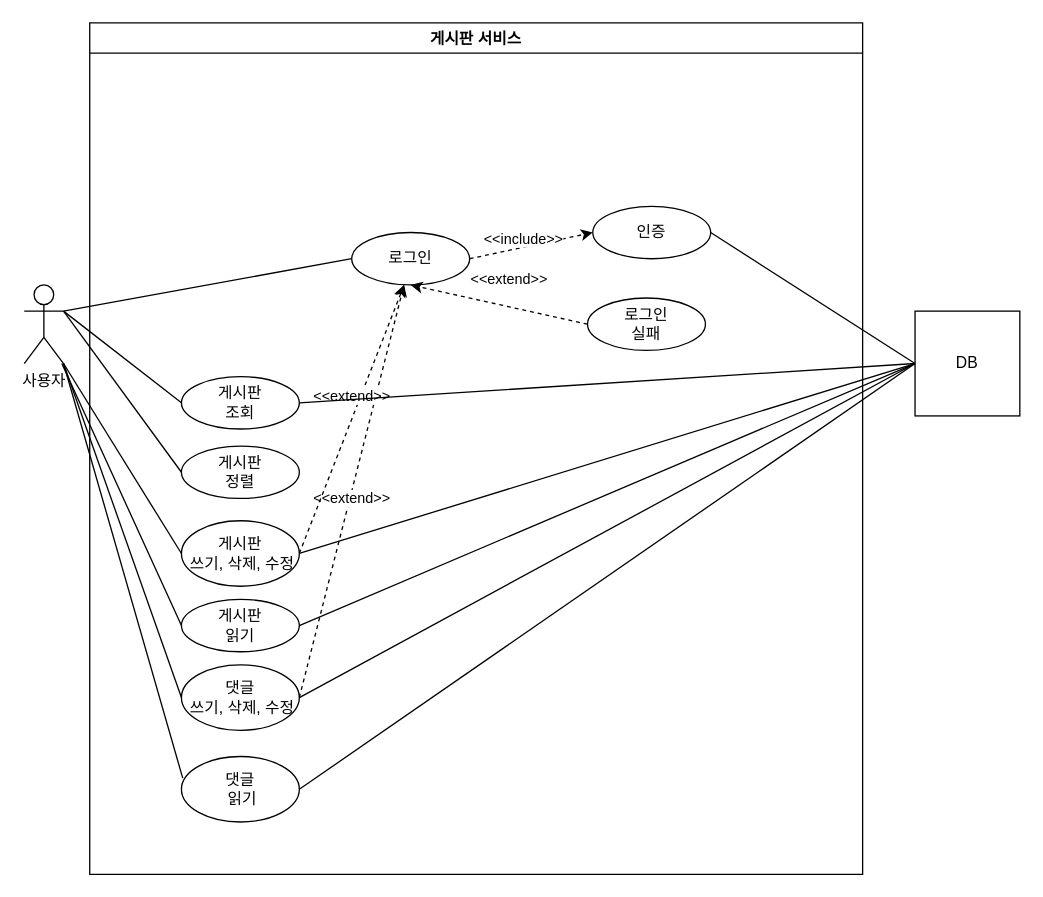
Earlier version of the draw.io diagram document/제목 없는 다이어그램.drawio (kangdaelyeol/fc-project). Source tidied: cells renumbered, new cells numbered last; positions are measured from the earlier drawing's top-left corner, leaving out a move shared by most shapes. Both pictures are drawn from the tidied source at 131%, with x=0, y=0 at pixel (24, 22).
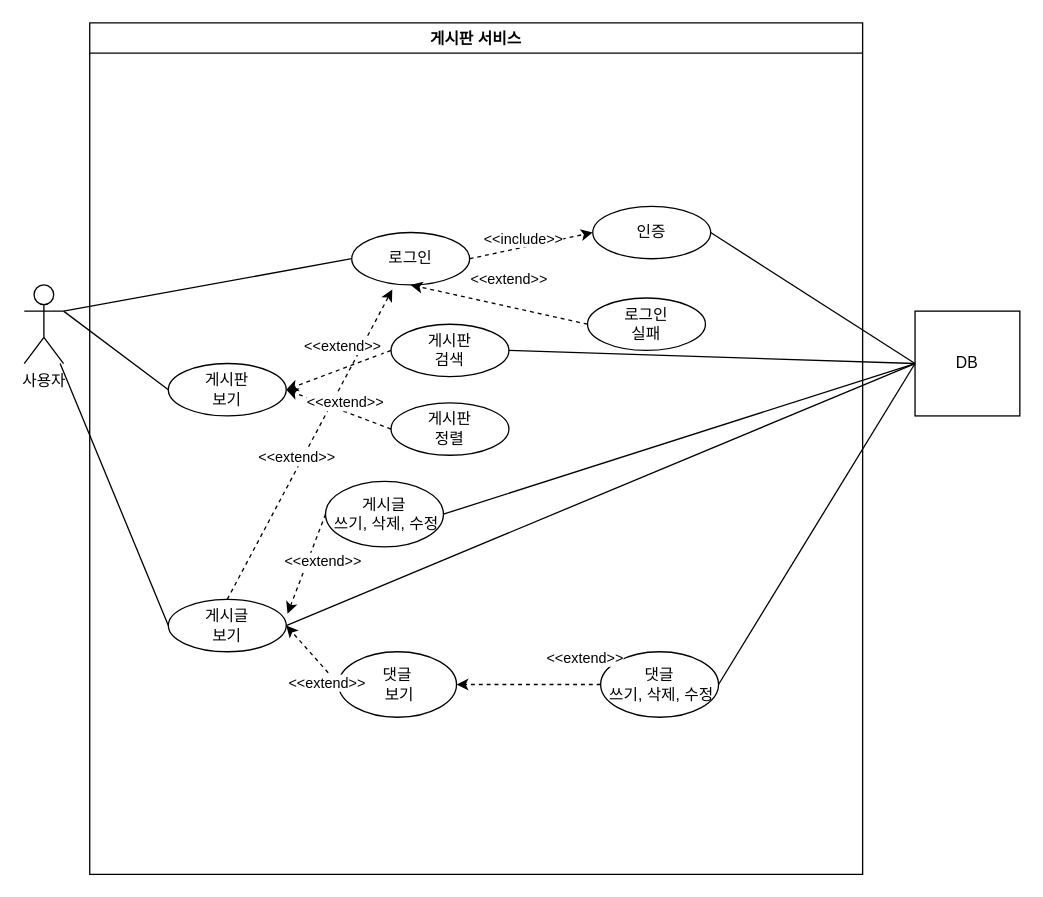
After the change.

Commit message:
#4 - 게시판 서비스 유즈케이스 수정

The change refers to these unchanged cells:
```xml
<mxCell id="2" value="사용자" style="shape=umlActor;verticalLabelPosition=bottom;verticalAlign=top;html=1;outlineConnect=0;" parent="1" vertex="1">
  <mxGeometry y="200" width="30" height="60" as="geometry" />
</mxCell>
<mxCell id="3" value="게시판 서비스" style="swimlane;" parent="1" vertex="1">
  <mxGeometry x="50" width="590" height="650" as="geometry" />
</mxCell>
<mxCell id="4" value="로그인" style="ellipse;whiteSpace=wrap;html=1;" parent="3" vertex="1">
  <mxGeometry x="200" y="160" width="90" height="40" as="geometry" />
</mxCell>
<mxCell id="21" value="DB" style="whiteSpace=wrap;html=1;fillColor=default;" parent="1" vertex="1">
  <mxGeometry x="680" y="220" width="80" height="80" as="geometry" />
</mxCell>
```

The edit, as a diff of the source:
```diff
@@
-    <mxCell id="7" value="게시판&lt;br&gt;조회" style="ellipse;whiteSpace=wrap;html=1;" parent="3" vertex="1">
-      <mxGeometry x="70" y="270" width="90" height="40" as="geometry" />
+    <mxCell id="7" value="게시판&lt;br&gt;검색" style="ellipse;whiteSpace=wrap;html=1;" parent="3" vertex="1">
+      <mxGeometry x="230" y="230" width="90" height="40" as="geometry" />
     </mxCell>
-    <mxCell id="8" value="게시판&lt;br&gt;정렬" style="ellipse;whiteSpace=wrap;html=1;" parent="3" vertex="1">
-      <mxGeometry x="70" y="323" width="90" height="40" as="geometry" />
+    <mxCell id="8" value="게시판&lt;br&gt;보기" style="ellipse;whiteSpace=wrap;html=1;" parent="3" vertex="1">
+      <mxGeometry x="60" y="260" width="90" height="40" as="geometry" />
     </mxCell>
-    <mxCell id="9" value="게시판&lt;br&gt;&amp;nbsp;쓰기, 삭제, 수정" style="ellipse;whiteSpace=wrap;html=1;" parent="3" vertex="1">
-      <mxGeometry x="70" y="380" width="90" height="50" as="geometry" />
+    <mxCell id="9" value="게시글&lt;br&gt;&amp;nbsp;쓰기, 삭제, 수정" style="ellipse;whiteSpace=wrap;html=1;" parent="3" vertex="1">
+      <mxGeometry x="180" y="350" width="90" height="50" as="geometry" />
     </mxCell>
-    <mxCell id="10" value="게시판&lt;br&gt;읽기" style="ellipse;whiteSpace=wrap;html=1;" parent="3" vertex="1">
-      <mxGeometry x="70" y="440" width="90" height="40" as="geometry" />
+    <mxCell id="10" value="게시글&lt;br&gt;보기" style="ellipse;whiteSpace=wrap;html=1;" parent="3" vertex="1">
+      <mxGeometry x="60" y="440" width="90" height="40" as="geometry" />
     </mxCell>
     <mxCell id="11" value="댓글&lt;br&gt;&amp;nbsp;쓰기, 삭제, 수정" style="ellipse;whiteSpace=wrap;html=1;" parent="3" vertex="1">
-      <mxGeometry x="70" y="490" width="90" height="50" as="geometry" />
+      <mxGeometry x="390" y="480" width="90" height="50" as="geometry" />
     </mxCell>
@@
-    <mxCell id="16" value="댓글&lt;br&gt;&amp;nbsp;읽기" style="ellipse;whiteSpace=wrap;html=1;" parent="3" vertex="1">
-      <mxGeometry x="70" y="560" width="90" height="50" as="geometry" />
+    <mxCell id="16" value="댓글&lt;br&gt;&amp;nbsp;보기" style="ellipse;whiteSpace=wrap;html=1;" parent="3" vertex="1">
+      <mxGeometry x="190" y="480" width="90" height="50" as="geometry" />
     </mxCell>
-    <mxCell id="17" style="endArrow=classic;html=1;rounded=0;exitX=1;exitY=0.5;exitDx=0;exitDy=0;dashed=1;" parent="3" edge="1" source="11" target="4">
+    <mxCell id="17" style="endArrow=classic;html=1;rounded=0;dashed=1;entryX=1;entryY=0.5;entryDx=0;entryDy=0;exitX=0;exitY=0.5;exitDx=0;exitDy=0;" parent="3" edge="1" source="11" target="16">
       <mxGeometry relative="1" as="geometry" />
     </mxCell>
     <mxCell id="18" value="&amp;lt;&amp;lt;extend&amp;gt;&amp;gt;" style="edgeLabel;html=1;align=center;verticalAlign=middle;" parent="17" vertex="1">
       <mxGeometry x="-0.43" y="-3" relative="1" as="geometry">
-        <mxPoint x="14" y="-63" as="offset" />
+        <mxPoint x="18" y="-18" as="offset" />
       </mxGeometry>
     </mxCell>
-    <mxCell id="19" style="endArrow=classic;html=1;rounded=0;exitX=1;exitY=0.5;exitDx=0;exitDy=0;dashed=1;" parent="3" edge="1" source="9">
-      <mxGeometry relative="1" as="geometry">
-        <mxPoint x="240" y="200" as="targetPoint" />
-      </mxGeometry>
+    <mxCell id="19" style="endArrow=classic;html=1;rounded=0;exitX=0.5;exitY=0;exitDx=0;exitDy=0;dashed=1;entryX=0.344;entryY=1.088;entryDx=0;entryDy=0;entryPerimeter=0;" parent="3" edge="1" source="10" target="4">
+      <mxGeometry relative="1" as="geometry" />
     </mxCell>
     <mxCell id="20" value="&amp;lt;&amp;lt;extend&amp;gt;&amp;gt;" style="edgeLabel;html=1;align=center;verticalAlign=middle;" parent="19" vertex="1">
       <mxGeometry x="-0.43" y="-3" relative="1" as="geometry">
-        <mxPoint x="14" y="-63" as="offset" />
+        <mxPoint x="14" y="-43" as="offset" />
       </mxGeometry>
     </mxCell>
+    <mxCell id="35" style="endArrow=classic;html=1;rounded=0;exitX=0;exitY=0.5;exitDx=0;exitDy=0;dashed=1;entryX=1.011;entryY=0.275;entryDx=0;entryDy=0;entryPerimeter=0;" parent="3" edge="1" source="9" target="10">
+      <mxGeometry relative="1" as="geometry" />
+    </mxCell>
+    <mxCell id="36" value="&amp;lt;&amp;lt;extend&amp;gt;&amp;gt;" style="edgeLabel;html=1;align=center;verticalAlign=middle;" parent="35" vertex="1">
+      <mxGeometry x="-0.43" y="-3" relative="1" as="geometry">
+        <mxPoint x="9" y="15" as="offset" />
+      </mxGeometry>
+    </mxCell>
+    <mxCell id="37" style="endArrow=classic;html=1;rounded=0;dashed=1;exitX=0;exitY=0.5;exitDx=0;exitDy=0;entryX=1;entryY=0.5;entryDx=0;entryDy=0;" parent="3" edge="1" source="16" target="10">
+      <mxGeometry relative="1" as="geometry" />
+    </mxCell>
+    <mxCell id="38" value="&amp;lt;&amp;lt;extend&amp;gt;&amp;gt;" style="edgeLabel;html=1;align=center;verticalAlign=middle;" parent="37" vertex="1">
+      <mxGeometry x="-0.43" y="-3" relative="1" as="geometry">
+        <mxPoint y="13" as="offset" />
+      </mxGeometry>
+    </mxCell>
+    <mxCell id="39" value="게시판&lt;br&gt;정렬" style="ellipse;whiteSpace=wrap;html=1;" parent="3" vertex="1">
+      <mxGeometry x="230" y="290" width="90" height="40" as="geometry" />
+    </mxCell>
+    <mxCell id="40" style="endArrow=classic;html=1;rounded=0;entryX=1;entryY=0.5;entryDx=0;entryDy=0;dashed=1;exitX=0;exitY=0.5;exitDx=0;exitDy=0;" parent="3" edge="1" source="39" target="8">
+      <mxGeometry relative="1" as="geometry" />
+    </mxCell>
+    <mxCell id="41" value="&amp;lt;&amp;lt;extend&amp;gt;&amp;gt;" style="edgeLabel;html=1;align=center;verticalAlign=middle;" parent="40" vertex="1">
+      <mxGeometry x="-0.43" y="-3" relative="1" as="geometry">
+        <mxPoint x="-14" y="-9" as="offset" />
+      </mxGeometry>
+    </mxCell>
+    <mxCell id="42" style="endArrow=classic;html=1;rounded=0;dashed=1;exitX=0;exitY=0.5;exitDx=0;exitDy=0;" parent="3" edge="1" source="7">
+      <mxGeometry relative="1" as="geometry">
+        <mxPoint x="150" y="280" as="targetPoint" />
+      </mxGeometry>
+    </mxCell>
+    <mxCell id="43" value="&amp;lt;&amp;lt;extend&amp;gt;&amp;gt;" style="edgeLabel;html=1;align=center;verticalAlign=middle;" parent="42" vertex="1">
+      <mxGeometry x="-0.43" y="-3" relative="1" as="geometry">
+        <mxPoint x="-14" y="-9" as="offset" />
+      </mxGeometry>
+    </mxCell>
@@
-    <mxCell id="23" style="endArrow=none;html=1;rounded=0;entryX=0;entryY=0.5;entryDx=0;entryDy=0;" parent="1" edge="1" target="7">
-      <mxGeometry relative="1" as="geometry">
-        <mxPoint x="30" y="220" as="sourcePoint" />
-      </mxGeometry>
-    </mxCell>
@@
-    <mxCell id="25" style="endArrow=none;html=1;rounded=0;entryX=0;entryY=0.5;entryDx=0;entryDy=0;exitX=1;exitY=1;exitDx=0;exitDy=0;exitPerimeter=0;" parent="1" edge="1" source="2" target="9">
-      <mxGeometry relative="1" as="geometry" />
-    </mxCell>
@@
-    <mxCell id="27" style="endArrow=none;html=1;rounded=0;entryX=0.011;entryY=0.33;entryDx=0;entryDy=0;exitX=1;exitY=1;exitDx=0;exitDy=0;exitPerimeter=0;entryPerimeter=0;" parent="1" edge="1" source="2" target="16">
-      <mxGeometry relative="1" as="geometry" />
-    </mxCell>
-    <mxCell id="28" style="endArrow=none;html=1;rounded=0;entryX=0;entryY=0.5;entryDx=0;entryDy=0;" parent="1" edge="1" target="11">
-      <mxGeometry relative="1" as="geometry">
-        <mxPoint x="30" y="260" as="sourcePoint" />
-      </mxGeometry>
-    </mxCell>
@@
-    <mxCell id="32" style="endArrow=none;html=1;rounded=0;entryX=0;entryY=0.5;entryDx=0;entryDy=0;exitX=1;exitY=0.5;exitDx=0;exitDy=0;" parent="1" edge="1" source="10" target="21">
-      <mxGeometry relative="1" as="geometry" />
-    </mxCell>
@@
-    <mxCell id="34" style="endArrow=none;html=1;rounded=0;exitX=1;exitY=0.5;exitDx=0;exitDy=0;entryX=0;entryY=0.5;entryDx=0;entryDy=0;" parent="1" edge="1" source="16" target="21">
-      <mxGeometry relative="1" as="geometry" />
-    </mxCell>
+    <mxCell id="44" style="endArrow=none;html=1;rounded=0;" parent="1" edge="1">
+      <mxGeometry relative="1" as="geometry">
+        <mxPoint x="200" y="460" as="sourcePoint" />
+        <mxPoint x="680" y="260" as="targetPoint" />
+      </mxGeometry>
+    </mxCell>
```
